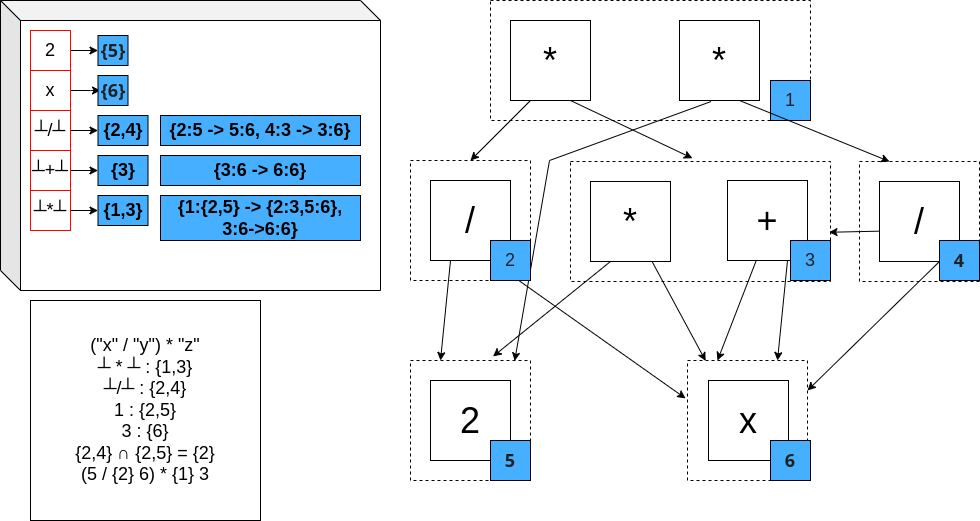
The draw.io diagram figs/egraph-match.drawio.png in folivetti/symreg-course, before a commit. Source tidied: cells renumbered, new cells last; positions are measured from the earlier drawing's top-left corner, leaving out a move shared by most shapes.
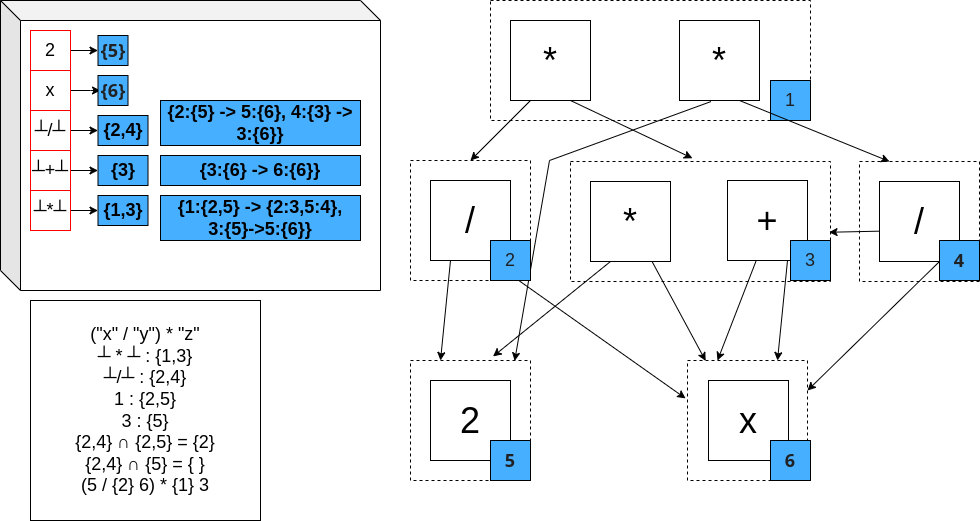
The same file after the commit.

The edit, as a diff of the source:
```diff
@@ -158,17 +158,17 @@
     <mxCell id="49" value="&lt;font style=&quot;font-size: 18px;&quot;&gt;&lt;b&gt;{1,3}&lt;/b&gt;&lt;/font&gt;" style="rounded=0;whiteSpace=wrap;html=1;fillColor=#47AFFF;" parent="1" vertex="1">
       <mxGeometry x="97.5" y="195" width="50" height="30" as="geometry" />
     </mxCell>
-    <mxCell id="50" value="&lt;font style=&quot;font-size: 18px;&quot;&gt;&lt;b&gt;{2:5 -&amp;gt; 5:6, 4:3 -&amp;gt; 3:6}&lt;/b&gt;&lt;/font&gt;" style="rounded=0;whiteSpace=wrap;html=1;fillColor=#47AFFF;" parent="1" vertex="1">
-      <mxGeometry x="160" y="115" width="200" height="30" as="geometry" />
-    </mxCell>
-    <mxCell id="51" value="&lt;span style=&quot;font-size: 18px;&quot;&gt;&lt;b&gt;{3:6 -&amp;gt; 6:6}&lt;/b&gt;&lt;/span&gt;" style="rounded=0;whiteSpace=wrap;html=1;fillColor=#47AFFF;" parent="1" vertex="1">
-      <mxGeometry x="160" y="155" width="200" height="30" as="geometry" />
-    </mxCell>
-    <mxCell id="52" value="&lt;span style=&quot;font-size: 18px;&quot;&gt;&lt;b&gt;{1:{2,5} -&amp;gt; {2:3,5:6},&lt;/b&gt;&lt;/span&gt;&lt;div&gt;&lt;span style=&quot;font-size: 18px;&quot;&gt;&lt;b&gt;3:6-&amp;gt;6:6}&lt;/b&gt;&lt;/span&gt;&lt;/div&gt;" style="rounded=0;whiteSpace=wrap;html=1;fillColor=#47AFFF;" parent="1" vertex="1">
-      <mxGeometry x="160" y="195" width="200" height="45" as="geometry" />
-    </mxCell>
-    <mxCell id="53" value="&lt;font style=&quot;font-size: 18px;&quot;&gt;(&quot;x&quot; / &quot;y&quot;) * &quot;z&quot;&lt;/font&gt;&lt;div&gt;&lt;font style=&quot;font-size: 18px;&quot;&gt;┴ *&amp;nbsp;&lt;span style=&quot;background-color: initial;&quot;&gt;┴ : {1,3}&lt;/span&gt;&lt;br&gt;&lt;/font&gt;&lt;/div&gt;&lt;div&gt;&lt;font style=&quot;font-size: 18px;&quot;&gt;┴/&lt;span style=&quot;background-color: initial;&quot;&gt;┴ : {2,4}&lt;/span&gt;&lt;span style=&quot;background-color: initial;&quot;&gt;&lt;br&gt;&lt;/span&gt;&lt;/font&gt;&lt;/div&gt;&lt;div&gt;&lt;font style=&quot;font-size: 18px;&quot;&gt;&lt;span style=&quot;background-color: initial;&quot;&gt;1 : {2,5}&lt;/span&gt;&lt;/font&gt;&lt;/div&gt;&lt;div&gt;&lt;font style=&quot;font-size: 18px;&quot;&gt;&lt;span style=&quot;background-color: initial;&quot;&gt;3 : {6}&lt;/span&gt;&lt;/font&gt;&lt;/div&gt;&lt;div&gt;&lt;font style=&quot;font-size: 18px;&quot;&gt;&lt;span style=&quot;background-color: initial;&quot;&gt;{2,4}&amp;nbsp;&lt;/span&gt;&lt;/font&gt;&lt;span style=&quot;background-color: initial; font-size: 18px;&quot;&gt;∩ {2,5} = {2}&lt;/span&gt;&lt;/div&gt;&lt;div&gt;&lt;span style=&quot;background-color: initial; font-size: 18px;&quot;&gt;(5 / {2} 6) * {1} 3&lt;/span&gt;&lt;/div&gt;" style="rounded=0;whiteSpace=wrap;html=1;" parent="1" vertex="1">
+    <mxCell id="53" value="&lt;font style=&quot;font-size: 18px;&quot;&gt;(&quot;x&quot; / &quot;y&quot;) * &quot;z&quot;&lt;/font&gt;&lt;div&gt;&lt;font style=&quot;font-size: 18px;&quot;&gt;┴ *&amp;nbsp;&lt;span style=&quot;background-color: initial;&quot;&gt;┴ : {1,3}&lt;/span&gt;&lt;br&gt;&lt;/font&gt;&lt;/div&gt;&lt;div&gt;&lt;font style=&quot;font-size: 18px;&quot;&gt;┴/&lt;span style=&quot;background-color: initial;&quot;&gt;┴ : {2,4}&lt;/span&gt;&lt;span style=&quot;background-color: initial;&quot;&gt;&lt;br&gt;&lt;/span&gt;&lt;/font&gt;&lt;/div&gt;&lt;div&gt;&lt;font style=&quot;font-size: 18px;&quot;&gt;&lt;span style=&quot;background-color: initial;&quot;&gt;1 : {2,5}&lt;/span&gt;&lt;/font&gt;&lt;/div&gt;&lt;div&gt;&lt;font style=&quot;font-size: 18px;&quot;&gt;&lt;span style=&quot;background-color: initial;&quot;&gt;3 : {5}&lt;/span&gt;&lt;/font&gt;&lt;/div&gt;&lt;div&gt;&lt;font style=&quot;font-size: 18px;&quot;&gt;&lt;span style=&quot;background-color: initial;&quot;&gt;{2,4}&amp;nbsp;&lt;/span&gt;&lt;/font&gt;&lt;span style=&quot;background-color: initial; font-size: 18px;&quot;&gt;∩ {2,5} = {2}&lt;/span&gt;&lt;/div&gt;&lt;div&gt;&lt;div&gt;&lt;font style=&quot;font-size: 18px;&quot;&gt;{2,4}&amp;nbsp;&lt;/font&gt;&lt;span style=&quot;background-color: initial; font-size: 18px;&quot;&gt;∩ {5} = { }&lt;/span&gt;&lt;/div&gt;&lt;/div&gt;&lt;div&gt;&lt;span style=&quot;background-color: initial; font-size: 18px;&quot;&gt;(5 / {2} 6) * {1} 3&lt;/span&gt;&lt;/div&gt;" style="rounded=0;whiteSpace=wrap;html=1;" parent="1" vertex="1">
       <mxGeometry x="30" y="300" width="230" height="220" as="geometry" />
     </mxCell>
+    <mxCell id="54" value="&lt;font style=&quot;font-size: 18px;&quot;&gt;&lt;b&gt;{2:{5} -&amp;gt; 5:{6}, 4:{3} -&amp;gt; 3:{6}}&lt;/b&gt;&lt;/font&gt;" style="rounded=0;whiteSpace=wrap;html=1;fillColor=#47AFFF;" parent="1" vertex="1">
+      <mxGeometry x="160" y="100" width="200" height="45" as="geometry" />
+    </mxCell>
+    <mxCell id="55" value="&lt;span style=&quot;font-size: 18px;&quot;&gt;&lt;b&gt;{3:{6} -&amp;gt; 6:{6}}&lt;/b&gt;&lt;/span&gt;" style="rounded=0;whiteSpace=wrap;html=1;fillColor=#47AFFF;" parent="1" vertex="1">
+      <mxGeometry x="160" y="155" width="200" height="30" as="geometry" />
+    </mxCell>
+    <mxCell id="56" value="&lt;span style=&quot;font-size: 18px;&quot;&gt;&lt;b&gt;{1:{2,5} -&amp;gt; {2:3,5:4},&lt;/b&gt;&lt;/span&gt;&lt;div&gt;&lt;span style=&quot;font-size: 18px;&quot;&gt;&lt;b&gt;3:{5}-&amp;gt;5:{6}}&lt;/b&gt;&lt;/span&gt;&lt;/div&gt;" style="rounded=0;whiteSpace=wrap;html=1;fillColor=#47AFFF;" parent="1" vertex="1">
+      <mxGeometry x="160" y="195" width="200" height="45" as="geometry" />
+    </mxCell>
   </root>
 </mxGraphModel>
```
